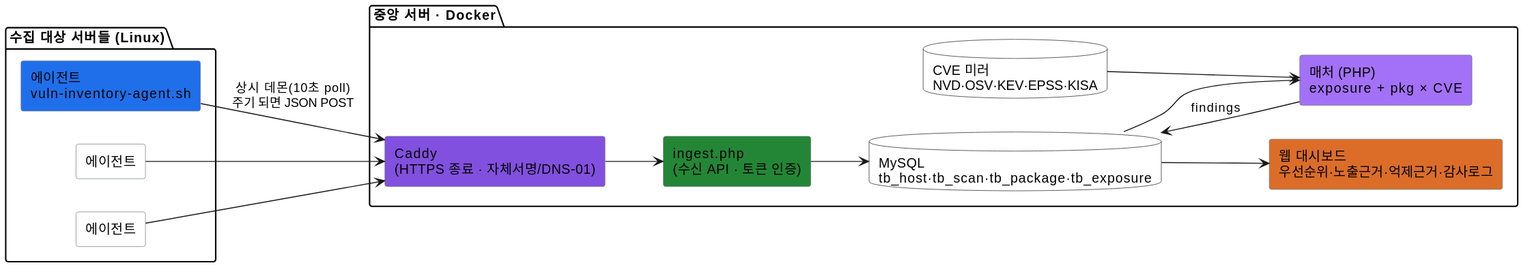
Above: docs/specs/diagrams/시스템개요.svg in JeongDoWook/vuln-agent (PlantUML), before the change.
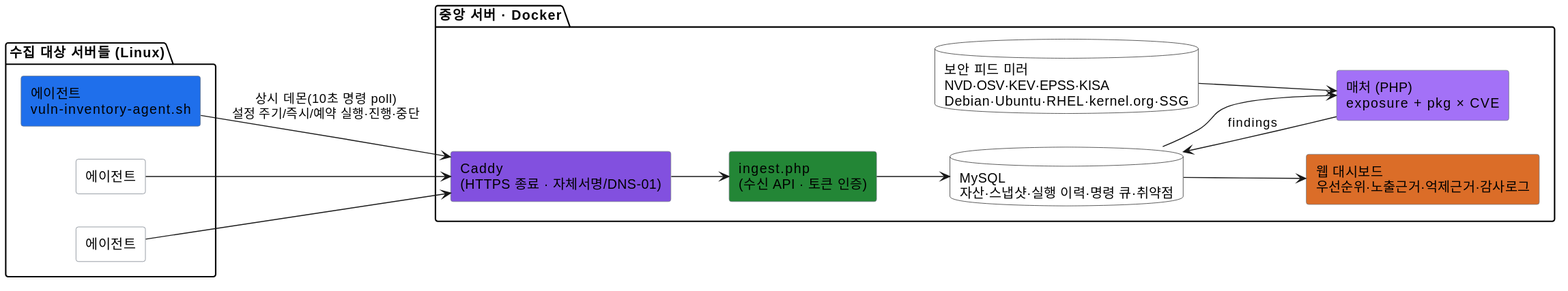
The same file after the commit.

The edit, as a diff of the source:
```diff
@@ -17,13 +17,13 @@
 package "중앙 서버 · Docker" as Central {
     rectangle "Caddy\n(HTTPS 종료 · 자체서명/DNS-01)" as CADDY #8250df
     rectangle "ingest.php\n(수신 API · 토큰 인증)" as ING #238636
-    database "MySQL\ntb_host·tb_scan·tb_package·tb_exposure" as DB
+    database "MySQL\n자산·스냅샷·실행 이력·명령 큐·취약점" as DB
     rectangle "매처 (PHP)\nexposure + pkg × CVE" as MAT #a371f7
-    database "CVE 미러\nNVD·OSV·KEV·EPSS·KISA" as CVE
+    database "보안 피드 미러\nNVD·OSV·KEV·EPSS·KISA\nDebian·Ubuntu·RHEL·kernel.org·SSG" as CVE
     rectangle "웹 대시보드\n우선순위·노출근거·억제근거·감사로그" as WEB #db6d28
 }
 
-A1 --> CADDY : 상시 데몬(10초 poll)\n주기 되면 JSON POST
+A1 --> CADDY : 상시 데몬(10초 명령 poll)\n설정 주기/즉시/예약 실행·진행·중단
 A2 --> CADDY
 A3 --> CADDY
 CADDY --> ING
```
